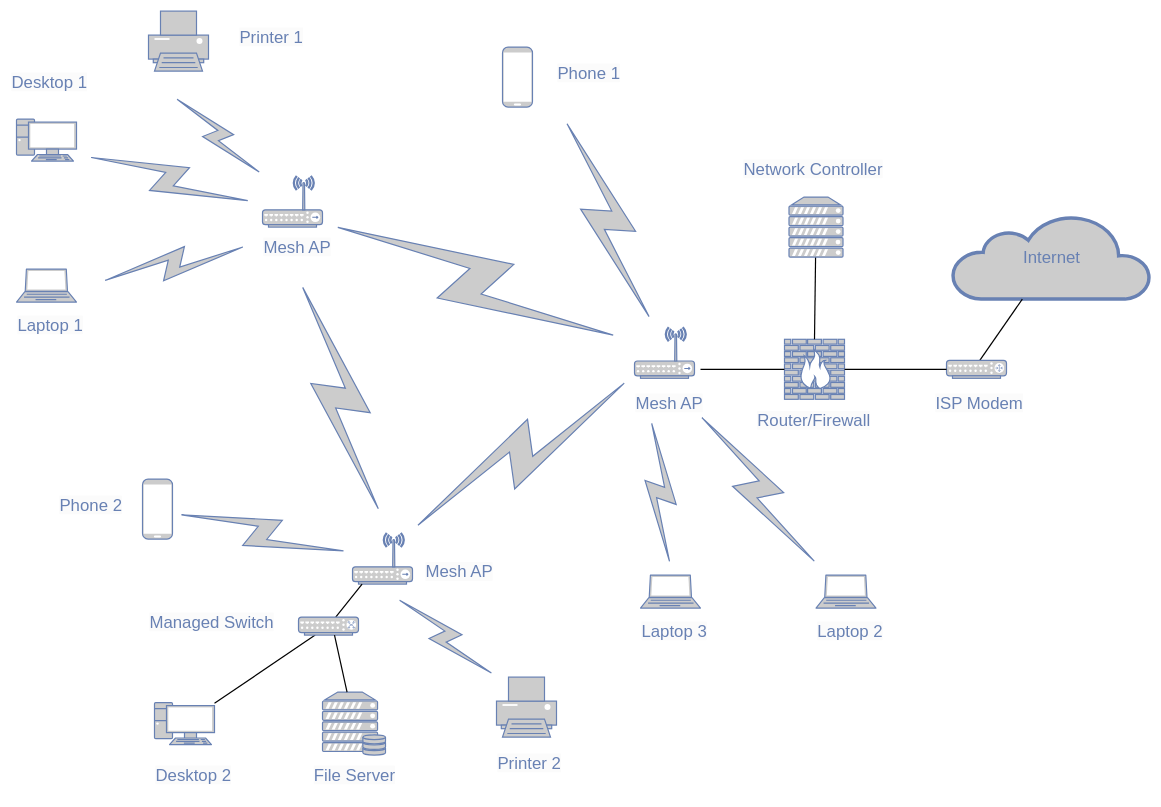
Above: maps/physical.drawio in merogersdev/homelab (draw.io), before the change. Source tidied: cells renumbered, new cells numbered last; positions are measured from the earlier drawing's top-left corner, leaving out a move shared by most shapes. Both pictures are drawn from the tidied source at 60%, with x=0, y=0 at pixel (10, 11).
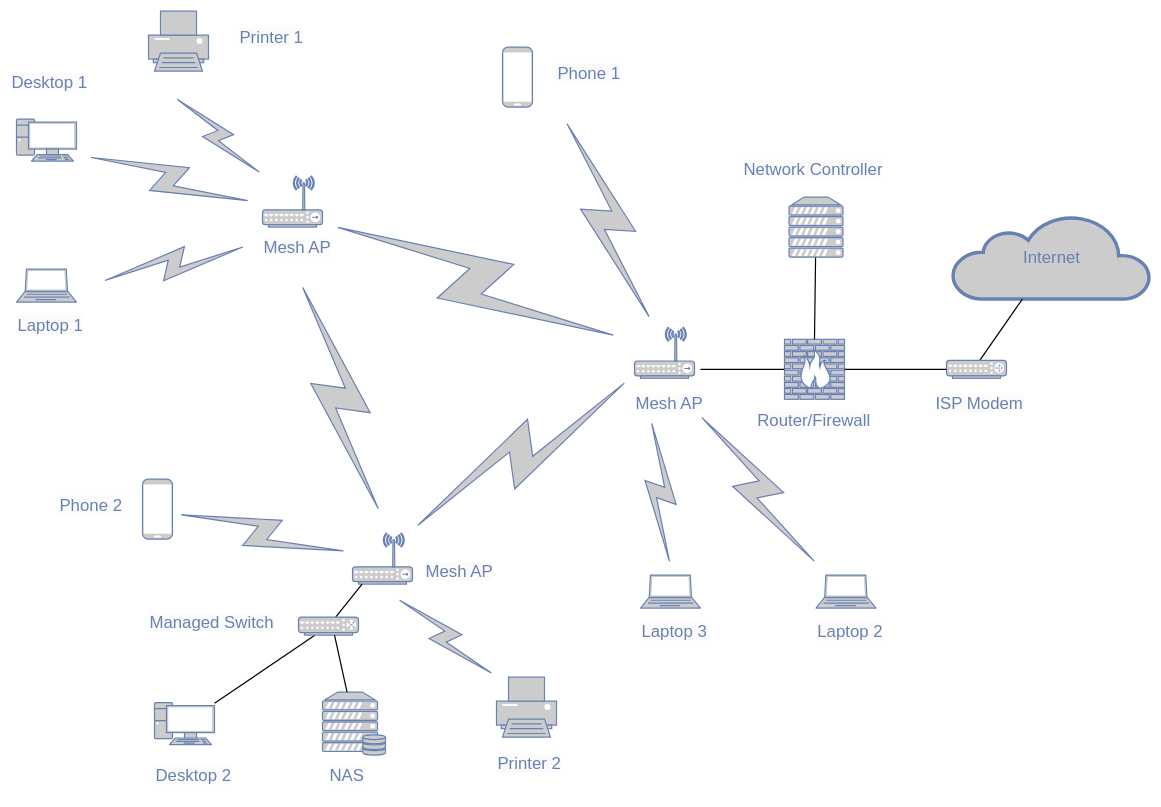
After the change.

Commit message (it also covers changes not shown here):
update: network diagrams

What changed in the source:
```diff
@@
-    <mxCell id="44" value="&lt;span style=&quot;color: rgb(104, 129, 179); font-family: Helvetica; font-size: 28px; font-style: normal; font-variant-ligatures: normal; font-variant-caps: normal; font-weight: 400; letter-spacing: normal; orphans: 2; text-align: center; text-indent: 0px; text-transform: none; widows: 2; word-spacing: 0px; -webkit-text-stroke-width: 0px; white-space: nowrap; background-color: rgb(251, 251, 251); text-decoration-thickness: initial; text-decoration-style: initial; text-decoration-color: initial; display: inline !important; float: none;&quot;&gt;File Server&lt;/span&gt;" style="text;whiteSpace=wrap;html=1;" parent="1" vertex="1">
-      <mxGeometry x="503.8" y="1250" width="137.5" height="60" as="geometry" />
+    <mxCell id="44" value="&lt;span style=&quot;color: rgb(104, 129, 179); font-family: Helvetica; font-size: 28px; font-style: normal; font-variant-ligatures: normal; font-variant-caps: normal; font-weight: 400; letter-spacing: normal; orphans: 2; text-align: center; text-indent: 0px; text-transform: none; widows: 2; word-spacing: 0px; -webkit-text-stroke-width: 0px; white-space: nowrap; background-color: rgb(251, 251, 251); text-decoration-thickness: initial; text-decoration-style: initial; text-decoration-color: initial; display: inline !important; float: none;&quot;&gt;NAS&lt;/span&gt;" style="text;whiteSpace=wrap;html=1;" parent="1" vertex="1">
+      <mxGeometry x="530" y="1250" width="66.2" height="60" as="geometry" />
     </mxCell>
```
